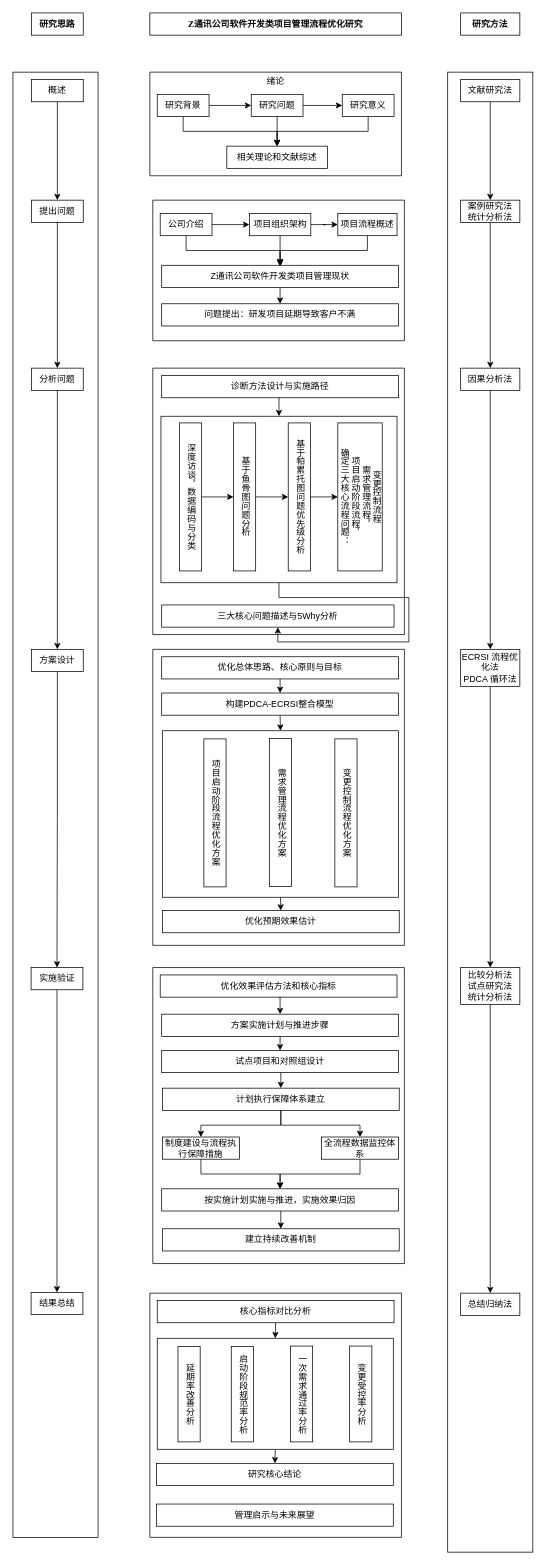
This is 技术路线图.drawio from zhengt666/homework, a draw.io file, before an edit. Source tidied: cells renumbered, new cells numbered last; positions are measured from the earlier drawing's top-left corner, leaving out a move shared by most shapes. Both pictures are drawn from the tidied source at 74%, with x=0, y=0 at pixel (13, 13).
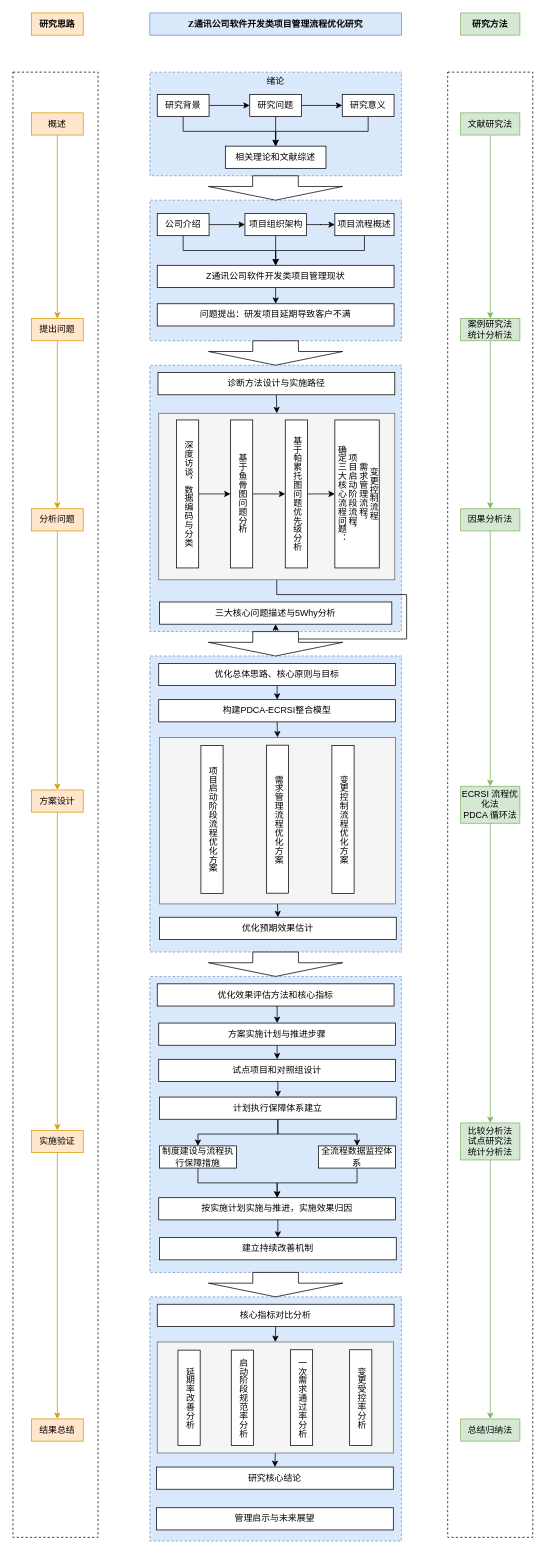
The same page after the edit.

Commit message (it also covers changes not shown here):
更新技术路线图.drawio

The change refers to these unchanged cells:
```xml
<mxCell id="35" value="公司介绍" style="rounded=0;whiteSpace=wrap;html=1;" parent="32" vertex="1">
  <mxGeometry x="10" y="18" width="70" height="30" as="geometry" />
</mxCell>
<mxCell id="40" value="项目流程概述" style="rounded=0;whiteSpace=wrap;html=1;" parent="32" vertex="1">
  <mxGeometry x="250" y="18" width="80" height="30" as="geometry" />
</mxCell>
<mxCell id="66" style="group;" parent="65" vertex="1">
  <mxGeometry y="1" width="319" height="225" as="geometry" />
</mxCell>
<mxCell id="97" style="group;" parent="96" vertex="1">
  <mxGeometry y="1" width="319" height="225" as="geometry" />
</mxCell>
```

Diff of the diagram source:
```diff
@@
-    <mxCell id="2" style="rounded=0;whiteSpace=wrap;html=1;" parent="1" vertex="1">
-      <mxGeometry x="587.5" y="80" width="115" height="2000" as="geometry" />
+    <mxCell id="2" style="rounded=0;whiteSpace=wrap;html=1;dashed=1;" parent="1" vertex="1">
+      <mxGeometry x="587.5" y="80" width="115" height="1980" as="geometry" />
     </mxCell>
-    <mxCell id="3" style="rounded=0;whiteSpace=wrap;html=1;" parent="1" vertex="1">
+    <mxCell id="3" style="rounded=0;whiteSpace=wrap;html=1;dashed=1;" parent="1" vertex="1">
       <mxGeometry y="80" width="115" height="1980" as="geometry" />
     </mxCell>
-    <mxCell id="4" value="&lt;font style=&quot;&quot;&gt;&lt;b style=&quot;&quot;&gt;&lt;span lang=&quot;EN-US&quot; style=&quot;font-family: &amp;quot;Times New Roman&amp;quot;, serif;&quot;&gt;Z&lt;/span&gt;&lt;span style=&quot;font-family: 黑体;&quot;&gt;通讯公司软件开发类项目管理流程优化研究&lt;/span&gt;&lt;/b&gt;&lt;/font&gt;" style="rounded=0;whiteSpace=wrap;html=1;" parent="1" vertex="1">
+    <mxCell id="4" value="&lt;font style=&quot;&quot;&gt;&lt;b style=&quot;&quot;&gt;&lt;span lang=&quot;EN-US&quot; style=&quot;font-family: &amp;quot;Times New Roman&amp;quot;, serif;&quot;&gt;Z&lt;/span&gt;&lt;span style=&quot;font-family: 黑体;&quot;&gt;通讯公司软件开发类项目管理流程优化研究&lt;/span&gt;&lt;/b&gt;&lt;/font&gt;" style="rounded=0;whiteSpace=wrap;html=1;fillColor=#dae8fc;strokeColor=#6c8ebf;" parent="1" vertex="1">
       <mxGeometry x="185" width="340" height="30" as="geometry" />
     </mxCell>
-    <mxCell id="5" value="&lt;b&gt;研究思路&lt;/b&gt;" style="rounded=0;whiteSpace=wrap;html=1;" parent="1" vertex="1">
+    <mxCell id="5" value="&lt;b&gt;研究思路&lt;/b&gt;" style="rounded=0;whiteSpace=wrap;html=1;fillColor=#ffe6cc;strokeColor=#d79b00;" parent="1" vertex="1">
       <mxGeometry x="25" width="70" height="30" as="geometry" />
     </mxCell>
-    <mxCell id="6" value="&lt;b&gt;研究方法&lt;/b&gt;" style="rounded=0;whiteSpace=wrap;html=1;" parent="1" vertex="1">
+    <mxCell id="6" value="&lt;b&gt;研究方法&lt;/b&gt;" style="rounded=0;whiteSpace=wrap;html=1;fillColor=#d5e8d4;strokeColor=#82b366;" parent="1" vertex="1">
       <mxGeometry x="605" width="80" height="30" as="geometry" />
     </mxCell>
-    <mxCell id="7" style="edgeStyle=orthogonalEdgeStyle;rounded=0;jettySize=auto;html=1;exitX=0.5;exitY=1;exitDx=0;exitDy=0;entryX=0.5;entryY=0;entryDx=0;entryDy=0;" parent="1" edge="1" source="8" target="12">
+    <mxCell id="7" style="edgeStyle=orthogonalEdgeStyle;rounded=0;jettySize=auto;html=1;exitX=0.5;exitY=1;exitDx=0;exitDy=0;entryX=0.5;entryY=0;entryDx=0;entryDy=0;fillColor=#ffe6cc;strokeColor=#d79b00;" parent="1" edge="1" source="8" target="12">
       <mxGeometry relative="1" as="geometry" />
     </mxCell>
-    <mxCell id="8" value="概述" style="rounded=0;whiteSpace=wrap;html=1;" parent="1" vertex="1">
-      <mxGeometry x="25" y="90" width="70" height="30" as="geometry" />
+    <mxCell id="8" value="概述" style="rounded=0;whiteSpace=wrap;html=1;fillColor=#ffe6cc;strokeColor=#d79b00;" parent="1" vertex="1">
+      <mxGeometry x="25" y="135" width="70" height="30" as="geometry" />
     </mxCell>
-    <mxCell id="9" style="edgeStyle=orthogonalEdgeStyle;rounded=0;jettySize=auto;html=1;exitX=0.5;exitY=1;exitDx=0;exitDy=0;" parent="1" edge="1" source="10" target="31">
+    <mxCell id="9" style="edgeStyle=orthogonalEdgeStyle;rounded=0;jettySize=auto;html=1;exitX=0.5;exitY=1;exitDx=0;exitDy=0;fillColor=#d5e8d4;strokeColor=#82b366;" parent="1" edge="1" source="10" target="31">
       <mxGeometry relative="1" as="geometry" />
     </mxCell>
-    <mxCell id="10" value="&lt;span style=&quot;background-color: transparent; color: light-dark(rgb(0, 0, 0), rgb(255, 255, 255));&quot;&gt;文献研究法&lt;/span&gt;" style="rounded=0;whiteSpace=wrap;html=1;" parent="1" vertex="1">
-      <mxGeometry x="605" y="90" width="80" height="30" as="geometry" />
+    <mxCell id="10" value="&lt;span style=&quot;background-color: transparent; color: light-dark(rgb(0, 0, 0), rgb(255, 255, 255));&quot;&gt;文献研究法&lt;/span&gt;" style="rounded=0;whiteSpace=wrap;html=1;fillColor=#d5e8d4;strokeColor=#82b366;" parent="1" vertex="1">
+      <mxGeometry x="605" y="135" width="80" height="30" as="geometry" />
     </mxCell>
-    <mxCell id="11" style="edgeStyle=orthogonalEdgeStyle;rounded=0;jettySize=auto;html=1;exitX=0.5;exitY=1;exitDx=0;exitDy=0;entryX=0.5;entryY=0;entryDx=0;entryDy=0;" parent="1" edge="1" source="12" target="14">
+    <mxCell id="11" style="edgeStyle=orthogonalEdgeStyle;rounded=0;jettySize=auto;html=1;exitX=0.5;exitY=1;exitDx=0;exitDy=0;entryX=0.5;entryY=0;entryDx=0;entryDy=0;fillColor=#ffe6cc;strokeColor=#d79b00;" parent="1" edge="1" source="12" target="14">
       <mxGeometry relative="1" as="geometry" />
     </mxCell>
-    <mxCell id="12" value="提出问题" style="rounded=0;whiteSpace=wrap;html=1;" parent="1" vertex="1">
-      <mxGeometry x="25" y="253" width="70" height="30" as="geometry" />
+    <mxCell id="12" value="提出问题" style="rounded=0;whiteSpace=wrap;html=1;fillColor=#ffe6cc;strokeColor=#d79b00;" parent="1" vertex="1">
+      <mxGeometry x="25" y="413" width="70" height="30" as="geometry" />
     </mxCell>
-    <mxCell id="13" style="edgeStyle=orthogonalEdgeStyle;rounded=0;jettySize=auto;html=1;exitX=0.5;exitY=1;exitDx=0;exitDy=0;entryX=0.5;entryY=0;entryDx=0;entryDy=0;" parent="1" edge="1" source="14" target="29">
+    <mxCell id="13" style="edgeStyle=orthogonalEdgeStyle;rounded=0;jettySize=auto;html=1;exitX=0.5;exitY=1;exitDx=0;exitDy=0;entryX=0.5;entryY=0;entryDx=0;entryDy=0;fillColor=#ffe6cc;strokeColor=#d79b00;" parent="1" edge="1" source="14" target="29">
       <mxGeometry relative="1" as="geometry" />
     </mxCell>
-    <mxCell id="14" value="分析问题" style="rounded=0;whiteSpace=wrap;html=1;" parent="1" vertex="1">
-      <mxGeometry x="25" y="480" width="70" height="30" as="geometry" />
+    <mxCell id="14" value="分析问题" style="rounded=0;whiteSpace=wrap;html=1;fillColor=#ffe6cc;strokeColor=#d79b00;" parent="1" vertex="1">
+      <mxGeometry x="25" y="670" width="70" height="30" as="geometry" />
     </mxCell>
-    <mxCell id="15" style="edgeStyle=orthogonalEdgeStyle;rounded=0;jettySize=auto;html=1;exitX=0.5;exitY=1;exitDx=0;exitDy=0;entryX=0.5;entryY=0;entryDx=0;entryDy=0;" parent="1" edge="1" source="16" target="17">
+    <mxCell id="15" style="edgeStyle=orthogonalEdgeStyle;rounded=0;jettySize=auto;html=1;exitX=0.5;exitY=1;exitDx=0;exitDy=0;entryX=0.5;entryY=0;entryDx=0;entryDy=0;fillColor=#ffe6cc;strokeColor=#d79b00;" parent="1" edge="1" source="16" target="17">
       <mxGeometry relative="1" as="geometry" />
     </mxCell>
-    <mxCell id="16" value="实施验证" style="rounded=0;whiteSpace=wrap;html=1;" parent="1" vertex="1">
-      <mxGeometry x="24.5" y="1290" width="70" height="30" as="geometry" />
+    <mxCell id="16" value="实施验证" style="rounded=0;whiteSpace=wrap;html=1;fillColor=#ffe6cc;strokeColor=#d79b00;" parent="1" vertex="1">
+      <mxGeometry x="25" y="1510" width="70" height="30" as="geometry" />
     </mxCell>
-    <mxCell id="17" value="结果总结" style="rounded=0;whiteSpace=wrap;html=1;" parent="1" vertex="1">
-      <mxGeometry x="24.5" y="1729" width="70" height="30" as="geometry" />
+    <mxCell id="17" value="结果总结" style="rounded=0;whiteSpace=wrap;html=1;fillColor=#ffe6cc;strokeColor=#d79b00;" parent="1" vertex="1">
+      <mxGeometry x="25" y="1900" width="70" height="30" as="geometry" />
     </mxCell>
-    <mxCell id="18" value="&lt;span style=&quot;font-weight: normal;&quot;&gt;绪论&lt;/span&gt;" style="swimlane;whiteSpace=wrap;html=1;startSize=23;backgroundOutline=0;fixedHeader=0;fillColor=none;swimlaneLine=0;" parent="1" vertex="1">
+    <mxCell id="18" value="&lt;span style=&quot;font-weight: normal;&quot;&gt;绪论&lt;/span&gt;" style="swimlane;whiteSpace=wrap;html=1;startSize=23;backgroundOutline=0;fixedHeader=0;fillColor=#dae8fc;swimlaneLine=0;strokeColor=#6c8ebf;swimlaneFillColor=#DAE8FC;dashed=1;" parent="1" vertex="1">
       <mxGeometry x="185" y="80" width="340" height="140" as="geometry" />
     </mxCell>
@@
     <mxCell id="24" value="研究问题" style="rounded=0;whiteSpace=wrap;html=1;" parent="18" vertex="1">
-      <mxGeometry x="137" y="30" width="70" height="30" as="geometry" />
+      <mxGeometry x="135" y="30" width="70" height="30" as="geometry" />
     </mxCell>
@@
     <mxCell id="27" value="相关理论和文献综述" style="rounded=0;whiteSpace=wrap;html=1;" parent="18" vertex="1">
-      <mxGeometry x="104" y="100" width="136" height="30" as="geometry" />
+      <mxGeometry x="102" y="100" width="136" height="30" as="geometry" />
     </mxCell>
-    <mxCell id="28" style="edgeStyle=orthogonalEdgeStyle;rounded=0;jettySize=auto;html=1;exitX=0.5;exitY=1;exitDx=0;exitDy=0;" parent="1" edge="1" source="29" target="16">
+    <mxCell id="28" style="edgeStyle=orthogonalEdgeStyle;rounded=0;jettySize=auto;html=1;exitX=0.5;exitY=1;exitDx=0;exitDy=0;fillColor=#ffe6cc;strokeColor=#d79b00;" parent="1" edge="1" source="29" target="16">
       <mxGeometry relative="1" as="geometry" />
     </mxCell>
-    <mxCell id="29" value="方案设计" style="rounded=0;whiteSpace=wrap;html=1;" parent="1" vertex="1">
-      <mxGeometry x="25" y="860" width="70" height="30" as="geometry" />
+    <mxCell id="29" value="方案设计" style="rounded=0;whiteSpace=wrap;html=1;fillColor=#ffe6cc;strokeColor=#d79b00;" parent="1" vertex="1">
+      <mxGeometry x="25" y="1050" width="70" height="30" as="geometry" />
     </mxCell>
-    <mxCell id="30" style="edgeStyle=orthogonalEdgeStyle;rounded=0;jettySize=auto;html=1;exitX=0.5;exitY=1;exitDx=0;exitDy=0;entryX=0.5;entryY=0;entryDx=0;entryDy=0;" parent="1" edge="1" source="31" target="58">
+    <mxCell id="30" style="edgeStyle=orthogonalEdgeStyle;rounded=0;jettySize=auto;html=1;exitX=0.5;exitY=1;exitDx=0;exitDy=0;entryX=0.5;entryY=0;entryDx=0;entryDy=0;fillColor=#d5e8d4;strokeColor=#82b366;" parent="1" edge="1" source="31" target="58">
       <mxGeometry relative="1" as="geometry" />
     </mxCell>
-    <mxCell id="31" value="案例研究法&lt;div&gt;统计分析法&lt;/div&gt;" style="rounded=0;whiteSpace=wrap;html=1;" parent="1" vertex="1">
-      <mxGeometry x="605" y="253" width="80" height="30" as="geometry" />
+    <mxCell id="31" value="案例研究法&lt;div&gt;统计分析法&lt;/div&gt;" style="rounded=0;whiteSpace=wrap;html=1;fillColor=#d5e8d4;strokeColor=#82b366;" parent="1" vertex="1">
+      <mxGeometry x="605" y="413" width="80" height="30" as="geometry" />
     </mxCell>
-    <mxCell id="32" style="swimlane;whiteSpace=wrap;html=1;startSize=23;backgroundOutline=0;fixedHeader=0;fillColor=none;swimlaneLine=0;" parent="1" vertex="1">
-      <mxGeometry x="189" y="253" width="340" height="190" as="geometry" />
+    <mxCell id="32" style="swimlane;whiteSpace=wrap;html=1;startSize=23;backgroundOutline=0;fixedHeader=0;fillColor=#dae8fc;swimlaneLine=0;strokeColor=#6c8ebf;swimlaneFillColor=#DAE8FC;dashed=1;" parent="1" vertex="1">
+      <mxGeometry x="185" y="253" width="340" height="190" as="geometry" />
     </mxCell>
@@
-    <mxCell id="34" style="edgeStyle=orthogonalEdgeStyle;rounded=0;jettySize=auto;html=1;exitX=0.5;exitY=1;exitDx=0;exitDy=0;fontFamily=Helvetica;fontSize=12;fontColor=default;fontStyle=1;" parent="32" edge="1" source="35" target="42">
+    <mxCell id="34" style="edgeStyle=orthogonalEdgeStyle;rounded=0;jettySize=auto;html=1;exitX=0.5;exitY=1;exitDx=0;exitDy=0;" parent="32" edge="1" source="35" target="42">
       <mxGeometry relative="1" as="geometry" />
     </mxCell>
@@
-    <mxCell id="37" style="edgeStyle=orthogonalEdgeStyle;rounded=0;jettySize=auto;html=1;exitX=0.5;exitY=1;exitDx=0;exitDy=0;fontFamily=Helvetica;fontSize=12;fontColor=default;fontStyle=1;" parent="32" edge="1" source="38">
-      <mxGeometry relative="1" as="geometry">
-        <mxPoint x="172" y="90" as="targetPoint" />
-      </mxGeometry>
-    </mxCell>
+    <mxCell id="107" style="edgeStyle=orthogonalEdgeStyle;rounded=0;jettySize=auto;html=1;exitX=0.5;exitY=1;exitDx=0;exitDy=0;" parent="32" edge="1" source="38" target="42">
+      <mxGeometry relative="1" as="geometry" />
+    </mxCell>
     <mxCell id="38" value="项目组织架构" style="rounded=0;whiteSpace=wrap;html=1;" parent="32" vertex="1">
-      <mxGeometry x="130.5" y="18" width="83" height="30" as="geometry" />
+      <mxGeometry x="128.5" y="18" width="83" height="30" as="geometry" />
     </mxCell>
-    <mxCell id="39" style="edgeStyle=orthogonalEdgeStyle;rounded=0;jettySize=auto;html=1;exitX=0.5;exitY=1;exitDx=0;exitDy=0;entryX=0.5;entryY=0;entryDx=0;entryDy=0;fontFamily=Helvetica;fontSize=12;fontColor=default;fontStyle=1;" parent="32" edge="1" source="40" target="42">
+    <mxCell id="39" style="edgeStyle=orthogonalEdgeStyle;rounded=0;jettySize=auto;html=1;exitX=0.5;exitY=1;exitDx=0;exitDy=0;entryX=0.5;entryY=0;entryDx=0;entryDy=0;" parent="32" edge="1" source="40" target="42">
       <mxGeometry relative="1" as="geometry" />
     </mxCell>
@@
     <mxCell id="42" value="Z通讯公司软件开发类项目管理现状" style="rounded=0;whiteSpace=wrap;html=1;" parent="32" vertex="1">
-      <mxGeometry x="12" y="88" width="320" height="30" as="geometry" />
+      <mxGeometry x="10" y="88" width="320" height="30" as="geometry" />
     </mxCell>
     <mxCell id="43" value="问题提出：研发项目延期导致客户不满" style="rounded=0;whiteSpace=wrap;html=1;" parent="32" vertex="1">
-      <mxGeometry x="12" y="140" width="320" height="30" as="geometry" />
+      <mxGeometry x="10" y="140" width="320" height="30" as="geometry" />
     </mxCell>
+    <mxCell id="108" style="html=1;shadow=0;dashed=0;align=center;verticalAlign=middle;shape=mxgraph.arrows2.arrow;dy=0.66;dx=18.5;direction=south;notch=0;" parent="32" vertex="1">
+      <mxGeometry x="79" y="-33" width="181.5" height="33" as="geometry" />
+    </mxCell>
-    <mxCell id="44" style="swimlane;whiteSpace=wrap;html=1;startSize=23;backgroundOutline=0;fixedHeader=0;fillColor=none;swimlaneLine=0;" parent="1" vertex="1">
-      <mxGeometry x="189" y="480" width="340" height="360" as="geometry" />
+    <mxCell id="44" style="swimlane;whiteSpace=wrap;html=1;startSize=23;backgroundOutline=0;fixedHeader=0;fillColor=#dae8fc;swimlaneLine=0;strokeColor=#6c8ebf;swimlaneFillColor=#DAE8FC;dashed=1;" parent="1" vertex="1">
+      <mxGeometry x="185" y="476" width="340" height="360" as="geometry" />
     </mxCell>
@@
-    <mxCell id="46" style="rounded=0;whiteSpace=wrap;html=1;" parent="44" vertex="1">
-      <mxGeometry x="11" y="65" width="319" height="225" as="geometry" />
+    <mxCell id="46" style="rounded=0;whiteSpace=wrap;html=1;fillColor=#f5f5f5;strokeColor=#666666;fontColor=#333333;" parent="44" vertex="1">
+      <mxGeometry x="12" y="65" width="319" height="225" as="geometry" />
     </mxCell>
@@
     <mxCell id="48" value="诊断方法设计与实施路径" style="rounded=0;whiteSpace=wrap;html=1;" parent="44" vertex="1">
-      <mxGeometry x="12" y="10" width="320" height="30" as="geometry" />
+      <mxGeometry x="11" y="10" width="320" height="30" as="geometry" />
     </mxCell>
@@
     <mxCell id="56" value="三大核心问题描述与5Why分析" style="rounded=0;whiteSpace=wrap;html=1;direction=west;flipH=1;legacyAnchorPoints=0;flipV=1;" parent="44" vertex="1">
-      <mxGeometry x="12" y="320" width="314" height="30" as="geometry" />
+      <mxGeometry x="13" y="320" width="314" height="30" as="geometry" />
     </mxCell>
-    <mxCell id="57" style="edgeStyle=orthogonalEdgeStyle;rounded=0;jettySize=auto;html=1;exitX=0.5;exitY=1;exitDx=0;exitDy=0;entryX=0.5;entryY=0;entryDx=0;entryDy=0;" parent="1" edge="1" source="58" target="73">
+    <mxCell id="57" style="edgeStyle=orthogonalEdgeStyle;rounded=0;jettySize=auto;html=1;exitX=0.5;exitY=1;exitDx=0;exitDy=0;entryX=0.5;entryY=0;entryDx=0;entryDy=0;fillColor=#d5e8d4;strokeColor=#82b366;" parent="1" edge="1" source="58" target="73">
       <mxGeometry relative="1" as="geometry" />
     </mxCell>
-    <mxCell id="58" value="因果分析法" style="rounded=0;whiteSpace=wrap;html=1;" parent="1" vertex="1">
-      <mxGeometry x="605" y="480" width="80" height="30" as="geometry" />
+    <mxCell id="58" value="因果分析法" style="rounded=0;whiteSpace=wrap;html=1;fillColor=#d5e8d4;strokeColor=#82b366;" parent="1" vertex="1">
+      <mxGeometry x="605" y="670" width="80" height="30" as="geometry" />
     </mxCell>
-    <mxCell id="59" style="swimlane;whiteSpace=wrap;html=1;startSize=23;backgroundOutline=0;fixedHeader=0;fillColor=none;swimlaneLine=0;" parent="1" vertex="1">
-      <mxGeometry x="189" y="860" width="340" height="400" as="geometry" />
+    <mxCell id="59" style="swimlane;whiteSpace=wrap;html=1;startSize=23;backgroundOutline=0;fixedHeader=0;fillColor=#dae8fc;swimlaneLine=0;strokeColor=#6c8ebf;swimlaneFillColor=#DAE8FC;dashed=1;" parent="1" vertex="1">
+      <mxGeometry x="185" y="869" width="340" height="400" as="geometry" />
     </mxCell>
@@
-    <mxCell id="67" style="rounded=0;whiteSpace=wrap;html=1;" parent="66" vertex="1">
+    <mxCell id="67" style="rounded=0;whiteSpace=wrap;html=1;fillColor=#f5f5f5;strokeColor=#666666;fontColor=#333333;" parent="66" vertex="1">
       <mxGeometry width="319" height="225" as="geometry" />
     </mxCell>
@@
-    <mxCell id="72" style="edgeStyle=orthogonalEdgeStyle;rounded=0;jettySize=auto;html=1;exitX=0.5;exitY=1;exitDx=0;exitDy=0;entryX=0.5;entryY=0;entryDx=0;entryDy=0;" parent="1" edge="1" source="73" target="92">
+    <mxCell id="72" style="edgeStyle=orthogonalEdgeStyle;rounded=0;jettySize=auto;html=1;exitX=0.5;exitY=1;exitDx=0;exitDy=0;entryX=0.5;entryY=0;entryDx=0;entryDy=0;fillColor=#d5e8d4;strokeColor=#82b366;" parent="1" edge="1" source="73" target="92">
       <mxGeometry relative="1" as="geometry" />
     </mxCell>
-    <mxCell id="73" value="ECRSI 流程优化法&lt;div&gt;PDCA 循环法&lt;/div&gt;" style="rounded=0;whiteSpace=wrap;html=1;" parent="1" vertex="1">
-      <mxGeometry x="605" y="860" width="80" height="50" as="geometry" />
+    <mxCell id="73" value="ECRSI 流程优化法&lt;div&gt;PDCA 循环法&lt;/div&gt;" style="rounded=0;whiteSpace=wrap;html=1;fillColor=#d5e8d4;strokeColor=#82b366;" parent="1" vertex="1">
+      <mxGeometry x="605" y="1045" width="80" height="50" as="geometry" />
     </mxCell>
-    <mxCell id="74" style="swimlane;whiteSpace=wrap;html=1;startSize=23;backgroundOutline=0;fixedHeader=0;fillColor=none;swimlaneLine=0;" parent="1" vertex="1">
-      <mxGeometry x="189" y="1290" width="340" height="400" as="geometry" />
+    <mxCell id="74" style="swimlane;whiteSpace=wrap;html=1;startSize=23;backgroundOutline=0;fixedHeader=0;fillColor=#dae8fc;swimlaneLine=0;strokeColor=#6c8ebf;swimlaneFillColor=#DAE8FC;dashed=1;" parent="1" vertex="1">
+      <mxGeometry x="185" y="1302" width="340" height="400" as="geometry" />
     </mxCell>
@@
-    <mxCell id="91" style="edgeStyle=orthogonalEdgeStyle;rounded=0;jettySize=auto;html=1;exitX=0.5;exitY=1;exitDx=0;exitDy=0;entryX=0.5;entryY=0;entryDx=0;entryDy=0;" parent="1" edge="1" source="92" target="106">
+    <mxCell id="91" style="edgeStyle=orthogonalEdgeStyle;rounded=0;jettySize=auto;html=1;exitX=0.5;exitY=1;exitDx=0;exitDy=0;entryX=0.5;entryY=0;entryDx=0;entryDy=0;fillColor=#d5e8d4;strokeColor=#82b366;" parent="1" edge="1" source="92" target="106">
       <mxGeometry relative="1" as="geometry" />
     </mxCell>
-    <mxCell id="92" value="比较分析法&lt;div&gt;试点研究法&lt;/div&gt;&lt;div&gt;统计分析法&lt;/div&gt;" style="rounded=0;whiteSpace=wrap;html=1;" parent="1" vertex="1">
-      <mxGeometry x="605" y="1290" width="80" height="50" as="geometry" />
+    <mxCell id="92" value="比较分析法&lt;div&gt;试点研究法&lt;/div&gt;&lt;div&gt;统计分析法&lt;/div&gt;" style="rounded=0;whiteSpace=wrap;html=1;fillColor=#d5e8d4;strokeColor=#82b366;" parent="1" vertex="1">
+      <mxGeometry x="605" y="1500" width="80" height="50" as="geometry" />
     </mxCell>
-    <mxCell id="93" style="swimlane;whiteSpace=wrap;html=1;startSize=23;backgroundOutline=0;fixedHeader=0;fillColor=none;swimlaneLine=0;" parent="1" vertex="1">
-      <mxGeometry x="185" y="1730" width="340" height="330" as="geometry" />
+    <mxCell id="93" style="swimlane;whiteSpace=wrap;html=1;startSize=23;backgroundOutline=0;fixedHeader=0;fillColor=#dae8fc;swimlaneLine=0;strokeColor=#6c8ebf;swimlaneFillColor=#DAE8FC;dashed=1;" parent="1" vertex="1">
+      <mxGeometry x="185" y="1735" width="340" height="330" as="geometry" />
     </mxCell>
@@
-    <mxCell id="99" style="rounded=0;whiteSpace=wrap;html=1;" parent="97" vertex="1">
+    <mxCell id="99" style="rounded=0;whiteSpace=wrap;html=1;fillColor=#f5f5f5;fontColor=#333333;strokeColor=#666666;" parent="97" vertex="1">
       <mxGeometry width="319" height="150" as="geometry" />
     </mxCell>
@@
-    <mxCell id="106" value="总结归纳法" style="rounded=0;whiteSpace=wrap;html=1;" parent="1" vertex="1">
-      <mxGeometry x="605" y="1730" width="80" height="30" as="geometry" />
+    <mxCell id="106" value="总结归纳法" style="rounded=0;whiteSpace=wrap;html=1;fillColor=#d5e8d4;strokeColor=#82b366;" parent="1" vertex="1">
+      <mxGeometry x="605" y="1900" width="80" height="30" as="geometry" />
     </mxCell>
+    <mxCell id="109" style="html=1;shadow=0;dashed=0;align=center;verticalAlign=middle;shape=mxgraph.arrows2.arrow;dy=0.66;dx=18.5;direction=south;notch=0;" parent="1" vertex="1">
+      <mxGeometry x="264.2" y="443" width="181.5" height="33" as="geometry" />
+    </mxCell>
+    <mxCell id="110" style="html=1;shadow=0;dashed=0;align=center;verticalAlign=middle;shape=mxgraph.arrows2.arrow;dy=0.66;dx=18.5;direction=south;notch=0;" parent="1" vertex="1">
+      <mxGeometry x="264.2" y="836" width="181.5" height="33" as="geometry" />
+    </mxCell>
+    <mxCell id="111" style="html=1;shadow=0;dashed=0;align=center;verticalAlign=middle;shape=mxgraph.arrows2.arrow;dy=0.66;dx=18.5;direction=south;notch=0;" parent="1" vertex="1">
+      <mxGeometry x="264.2" y="1269" width="181.5" height="33" as="geometry" />
+    </mxCell>
+    <mxCell id="112" style="html=1;shadow=0;dashed=0;align=center;verticalAlign=middle;shape=mxgraph.arrows2.arrow;dy=0.66;dx=18.5;direction=south;notch=0;" parent="1" vertex="1">
+      <mxGeometry x="264.2" y="1702" width="181.5" height="33" as="geometry" />
+    </mxCell>
```
